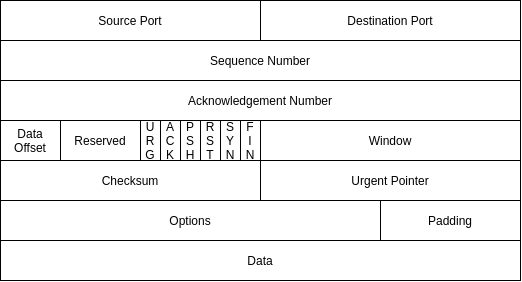
This is Computer Networking/assets/tcp.png from edoriggio/cs-cheatsheets, a draw.io export, as it was before one commit. Source tidied: cells renumbered, new cells last; positions are measured from the earlier drawing's top-left corner, leaving out a move shared by most shapes. Source of this version:
```xml
<mxGraphModel>
  <root>
    <mxCell id="0" />
    <mxCell id="1" parent="0" />
    <mxCell id="2" value="Destination Port" style="rounded=0;whiteSpace=wrap;html=1;" parent="1" vertex="1">
      <mxGeometry x="260" width="260" height="40" as="geometry" />
    </mxCell>
    <mxCell id="3" value="Source Port" style="rounded=0;whiteSpace=wrap;html=1;" parent="1" vertex="1">
      <mxGeometry width="260" height="40" as="geometry" />
    </mxCell>
    <mxCell id="4" value="Sequence Number" style="rounded=0;whiteSpace=wrap;html=1;" parent="1" vertex="1">
      <mxGeometry y="40" width="520" height="40" as="geometry" />
    </mxCell>
    <mxCell id="5" value="Acknowledgement Number" style="rounded=0;whiteSpace=wrap;html=1;" parent="1" vertex="1">
      <mxGeometry y="80" width="520" height="40" as="geometry" />
    </mxCell>
    <mxCell id="6" value="Data Offset" style="rounded=0;whiteSpace=wrap;html=1;" parent="1" vertex="1">
      <mxGeometry y="120" width="60" height="40" as="geometry" />
    </mxCell>
    <mxCell id="7" value="Reserved" style="rounded=0;whiteSpace=wrap;html=1;" parent="1" vertex="1">
      <mxGeometry x="60" y="120" width="80" height="40" as="geometry" />
    </mxCell>
    <mxCell id="8" value="U&lt;br&gt;R&lt;br&gt;G" style="rounded=0;whiteSpace=wrap;html=1;" parent="1" vertex="1">
      <mxGeometry x="140" y="120" width="20" height="40" as="geometry" />
    </mxCell>
    <mxCell id="9" value="A&lt;br&gt;C&lt;br&gt;K" style="rounded=0;whiteSpace=wrap;html=1;" parent="1" vertex="1">
      <mxGeometry x="160" y="120" width="20" height="40" as="geometry" />
    </mxCell>
    <mxCell id="10" value="P&lt;br&gt;S&lt;br&gt;H" style="rounded=0;whiteSpace=wrap;html=1;" parent="1" vertex="1">
      <mxGeometry x="180" y="120" width="20" height="40" as="geometry" />
    </mxCell>
    <mxCell id="11" value="R&lt;br&gt;S&lt;br&gt;T" style="rounded=0;whiteSpace=wrap;html=1;" parent="1" vertex="1">
      <mxGeometry x="200" y="120" width="20" height="40" as="geometry" />
    </mxCell>
    <mxCell id="12" value="S&lt;br&gt;Y&lt;br&gt;N" style="rounded=0;whiteSpace=wrap;html=1;" parent="1" vertex="1">
      <mxGeometry x="220" y="120" width="20" height="40" as="geometry" />
    </mxCell>
    <mxCell id="13" value="F&lt;br&gt;I&lt;br&gt;N" style="rounded=0;whiteSpace=wrap;html=1;" parent="1" vertex="1">
      <mxGeometry x="240" y="120" width="20" height="40" as="geometry" />
    </mxCell>
    <mxCell id="14" value="Window" style="rounded=0;whiteSpace=wrap;html=1;" parent="1" vertex="1">
      <mxGeometry x="260" y="120" width="260" height="40" as="geometry" />
    </mxCell>
    <mxCell id="15" value="Checksum" style="rounded=0;whiteSpace=wrap;html=1;" parent="1" vertex="1">
      <mxGeometry y="160" width="260" height="40" as="geometry" />
    </mxCell>
    <mxCell id="16" value="Urgent Pointer" style="rounded=0;whiteSpace=wrap;html=1;" parent="1" vertex="1">
      <mxGeometry x="260" y="160" width="260" height="40" as="geometry" />
    </mxCell>
    <mxCell id="17" value="Options" style="rounded=0;whiteSpace=wrap;html=1;" parent="1" vertex="1">
      <mxGeometry y="200" width="380" height="40" as="geometry" />
    </mxCell>
    <mxCell id="18" value="Padding" style="rounded=0;whiteSpace=wrap;html=1;" parent="1" vertex="1">
      <mxGeometry x="380" y="200" width="140" height="40" as="geometry" />
    </mxCell>
    <mxCell id="19" value="Data" style="rounded=0;whiteSpace=wrap;html=1;" parent="1" vertex="1">
      <mxGeometry y="240" width="520" height="40" as="geometry" />
    </mxCell>
  </root>
</mxGraphModel>
```
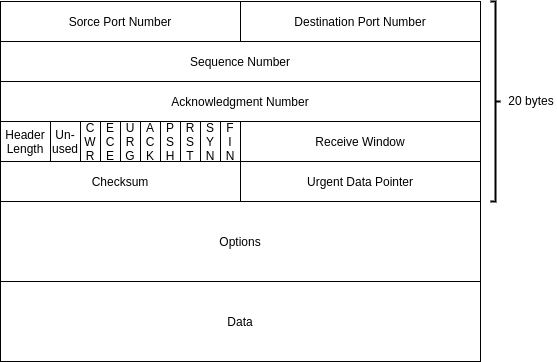
Later version of the same file.

The edit, as a diff of the source:
```diff
@@ -2,59 +2,68 @@
   <root>
     <mxCell id="0" />
     <mxCell id="1" parent="0" />
-    <mxCell id="2" value="Destination Port" style="rounded=0;whiteSpace=wrap;html=1;" parent="1" vertex="1">
-      <mxGeometry x="260" width="260" height="40" as="geometry" />
+    <mxCell id="2" value="Sorce Port Number" style="rounded=0;whiteSpace=wrap;html=1;" parent="1" vertex="1">
+      <mxGeometry x="640" y="-120" width="240" height="40" as="geometry" />
     </mxCell>
-    <mxCell id="3" value="Source Port" style="rounded=0;whiteSpace=wrap;html=1;" parent="1" vertex="1">
-      <mxGeometry width="260" height="40" as="geometry" />
+    <mxCell id="3" value="Destination Port Number" style="rounded=0;whiteSpace=wrap;html=1;" parent="1" vertex="1">
+      <mxGeometry x="880" y="-120" width="240" height="40" as="geometry" />
     </mxCell>
     <mxCell id="4" value="Sequence Number" style="rounded=0;whiteSpace=wrap;html=1;" parent="1" vertex="1">
-      <mxGeometry y="40" width="520" height="40" as="geometry" />
+      <mxGeometry x="640" y="-80" width="480" height="40" as="geometry" />
     </mxCell>
-    <mxCell id="5" value="Acknowledgement Number" style="rounded=0;whiteSpace=wrap;html=1;" parent="1" vertex="1">
-      <mxGeometry y="80" width="520" height="40" as="geometry" />
+    <mxCell id="5" value="Acknowledgment Number" style="rounded=0;whiteSpace=wrap;html=1;" parent="1" vertex="1">
+      <mxGeometry x="640" y="-40" width="480" height="40" as="geometry" />
     </mxCell>
-    <mxCell id="6" value="Data Offset" style="rounded=0;whiteSpace=wrap;html=1;" parent="1" vertex="1">
-      <mxGeometry y="120" width="60" height="40" as="geometry" />
+    <mxCell id="6" value="Header&lt;br&gt;Length" style="rounded=0;whiteSpace=wrap;html=1;" parent="1" vertex="1">
+      <mxGeometry x="640" width="50" height="40" as="geometry" />
     </mxCell>
-    <mxCell id="7" value="Reserved" style="rounded=0;whiteSpace=wrap;html=1;" parent="1" vertex="1">
-      <mxGeometry x="60" y="120" width="80" height="40" as="geometry" />
+    <mxCell id="7" value="Un-&lt;br&gt;used" style="rounded=0;whiteSpace=wrap;html=1;" parent="1" vertex="1">
+      <mxGeometry x="690" width="30" height="40" as="geometry" />
     </mxCell>
-    <mxCell id="8" value="U&lt;br&gt;R&lt;br&gt;G" style="rounded=0;whiteSpace=wrap;html=1;" parent="1" vertex="1">
-      <mxGeometry x="140" y="120" width="20" height="40" as="geometry" />
+    <mxCell id="8" value="C&lt;br&gt;W&lt;br&gt;R" style="rounded=0;whiteSpace=wrap;html=1;" parent="1" vertex="1">
+      <mxGeometry x="720" width="20" height="40" as="geometry" />
     </mxCell>
-    <mxCell id="9" value="A&lt;br&gt;C&lt;br&gt;K" style="rounded=0;whiteSpace=wrap;html=1;" parent="1" vertex="1">
-      <mxGeometry x="160" y="120" width="20" height="40" as="geometry" />
+    <mxCell id="9" value="E&lt;br&gt;C&lt;br&gt;E" style="rounded=0;whiteSpace=wrap;html=1;" parent="1" vertex="1">
+      <mxGeometry x="740" width="20" height="40" as="geometry" />
     </mxCell>
-    <mxCell id="10" value="P&lt;br&gt;S&lt;br&gt;H" style="rounded=0;whiteSpace=wrap;html=1;" parent="1" vertex="1">
-      <mxGeometry x="180" y="120" width="20" height="40" as="geometry" />
+    <mxCell id="10" value="U&lt;br&gt;R&lt;br&gt;G" style="rounded=0;whiteSpace=wrap;html=1;" parent="1" vertex="1">
+      <mxGeometry x="760" width="20" height="40" as="geometry" />
     </mxCell>
-    <mxCell id="11" value="R&lt;br&gt;S&lt;br&gt;T" style="rounded=0;whiteSpace=wrap;html=1;" parent="1" vertex="1">
-      <mxGeometry x="200" y="120" width="20" height="40" as="geometry" />
+    <mxCell id="11" value="A&lt;br&gt;C&lt;br&gt;K" style="rounded=0;whiteSpace=wrap;html=1;" parent="1" vertex="1">
+      <mxGeometry x="780" width="20" height="40" as="geometry" />
     </mxCell>
-    <mxCell id="12" value="S&lt;br&gt;Y&lt;br&gt;N" style="rounded=0;whiteSpace=wrap;html=1;" parent="1" vertex="1">
-      <mxGeometry x="220" y="120" width="20" height="40" as="geometry" />
+    <mxCell id="12" value="P&lt;br&gt;S&lt;br&gt;H" style="rounded=0;whiteSpace=wrap;html=1;" parent="1" vertex="1">
+      <mxGeometry x="800" width="20" height="40" as="geometry" />
     </mxCell>
-    <mxCell id="13" value="F&lt;br&gt;I&lt;br&gt;N" style="rounded=0;whiteSpace=wrap;html=1;" parent="1" vertex="1">
-      <mxGeometry x="240" y="120" width="20" height="40" as="geometry" />
+    <mxCell id="13" value="R&lt;br&gt;S&lt;br&gt;T" style="rounded=0;whiteSpace=wrap;html=1;" parent="1" vertex="1">
+      <mxGeometry x="820" width="20" height="40" as="geometry" />
     </mxCell>
-    <mxCell id="14" value="Window" style="rounded=0;whiteSpace=wrap;html=1;" parent="1" vertex="1">
-      <mxGeometry x="260" y="120" width="260" height="40" as="geometry" />
+    <mxCell id="14" value="S&lt;br&gt;Y&lt;br&gt;N" style="rounded=0;whiteSpace=wrap;html=1;" parent="1" vertex="1">
+      <mxGeometry x="840" width="20" height="40" as="geometry" />
     </mxCell>
-    <mxCell id="15" value="Checksum" style="rounded=0;whiteSpace=wrap;html=1;" parent="1" vertex="1">
-      <mxGeometry y="160" width="260" height="40" as="geometry" />
+    <mxCell id="15" value="F&lt;br&gt;I&lt;br&gt;N" style="rounded=0;whiteSpace=wrap;html=1;" parent="1" vertex="1">
+      <mxGeometry x="860" width="20" height="40" as="geometry" />
     </mxCell>
-    <mxCell id="16" value="Urgent Pointer" style="rounded=0;whiteSpace=wrap;html=1;" parent="1" vertex="1">
-      <mxGeometry x="260" y="160" width="260" height="40" as="geometry" />
+    <mxCell id="16" value="Receive Window" style="rounded=0;whiteSpace=wrap;html=1;" parent="1" vertex="1">
+      <mxGeometry x="880" width="240" height="40" as="geometry" />
     </mxCell>
-    <mxCell id="17" value="Options" style="rounded=0;whiteSpace=wrap;html=1;" parent="1" vertex="1">
-      <mxGeometry y="200" width="380" height="40" as="geometry" />
+    <mxCell id="17" value="Checksum" style="rounded=0;whiteSpace=wrap;html=1;" parent="1" vertex="1">
+      <mxGeometry x="640" y="40" width="240" height="40" as="geometry" />
     </mxCell>
-    <mxCell id="18" value="Padding" style="rounded=0;whiteSpace=wrap;html=1;" parent="1" vertex="1">
-      <mxGeometry x="380" y="200" width="140" height="40" as="geometry" />
+    <mxCell id="18" value="Urgent Data Pointer" style="rounded=0;whiteSpace=wrap;html=1;" parent="1" vertex="1">
+      <mxGeometry x="880" y="40" width="240" height="40" as="geometry" />
     </mxCell>
-    <mxCell id="19" value="Data" style="rounded=0;whiteSpace=wrap;html=1;" parent="1" vertex="1">
-      <mxGeometry y="240" width="520" height="40" as="geometry" />
+    <mxCell id="19" value="Options" style="rounded=0;whiteSpace=wrap;html=1;" parent="1" vertex="1">
+      <mxGeometry x="640" y="80" width="480" height="80" as="geometry" />
     </mxCell>
+    <mxCell id="20" value="Data" style="rounded=0;whiteSpace=wrap;html=1;" parent="1" vertex="1">
+      <mxGeometry x="640" y="160" width="480" height="80" as="geometry" />
+    </mxCell>
+    <mxCell id="21" value="20 bytes" style="text;html=1;strokeColor=none;fillColor=none;align=center;verticalAlign=middle;whiteSpace=wrap;rounded=0;" parent="1" vertex="1">
+      <mxGeometry x="1146" y="-31" width="50" height="20" as="geometry" />
+    </mxCell>
+    <mxCell id="22" style="strokeWidth=2;html=1;shape=mxgraph.flowchart.annotation_2;align=left;labelPosition=right;rotation=-180;" parent="1" vertex="1">
+      <mxGeometry x="1130" y="-120" width="10" height="200" as="geometry" />
+    </mxCell>
   </root>
 </mxGraphModel>
```
